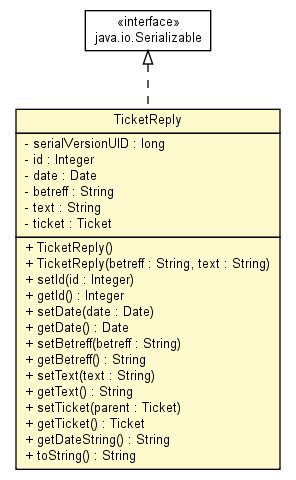
Dr4K4n/TroubleTicketManagement keeps this Graphviz diagram as doc/de/articmodding/TroubleTicket/TicketReply.png. Above is the earlier version. Its source is kept beside it as doc/de/articmodding/TroubleTicket/TicketReply.dot.
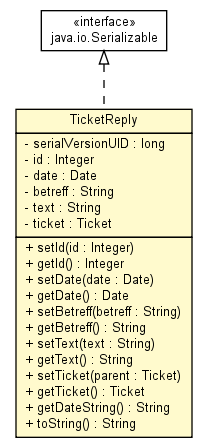
After the commit.

What changed in the source:
```diff
@@ -17,8 +17,6 @@
 <tr><td align="left" balign="left"> - ticket : Ticket </td></tr>
 		</table></td></tr>
 		<tr><td><table border="0" cellspacing="0" cellpadding="1">
-<tr><td align="left" balign="left"> + TicketReply() </td></tr>
-<tr><td align="left" balign="left"> + TicketReply(betreff : String, text : String) </td></tr>
 <tr><td align="left" balign="left"> + setId(id : Integer) </td></tr>
 <tr><td align="left" balign="left"> + getId() : Integer </td></tr>
 <tr><td align="left" balign="left"> + setDate(date : Date) </td></tr>
```
